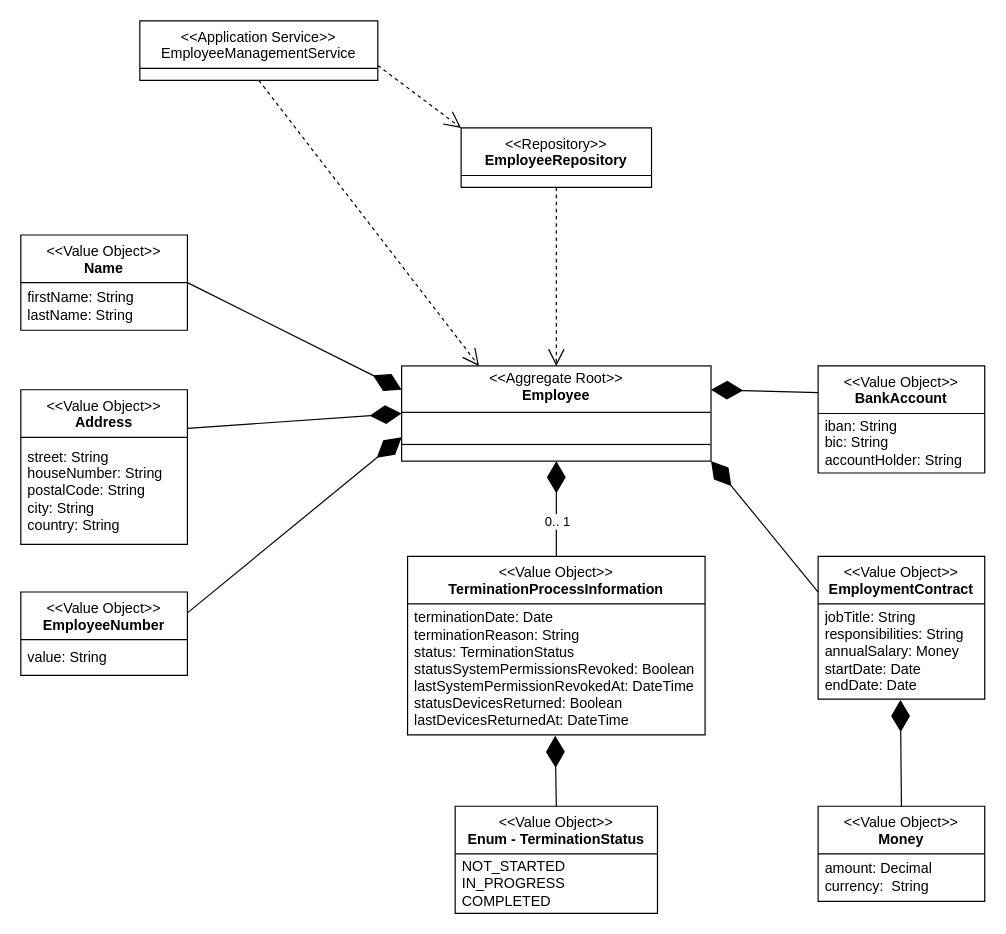
AlexanderCoopmans/FSE-Mitarbeiterverwaltung-Example keeps this draw.io diagram as uml/hr-management.drawio. Above is the earlier version. Source tidied: cells renumbered, new cells numbered last; positions are measured from the earlier drawing's top-left corner, leaving out a move shared by most shapes. Both pictures are drawn from the tidied source at 119%, with x=0, y=0 at pixel (20, 20).
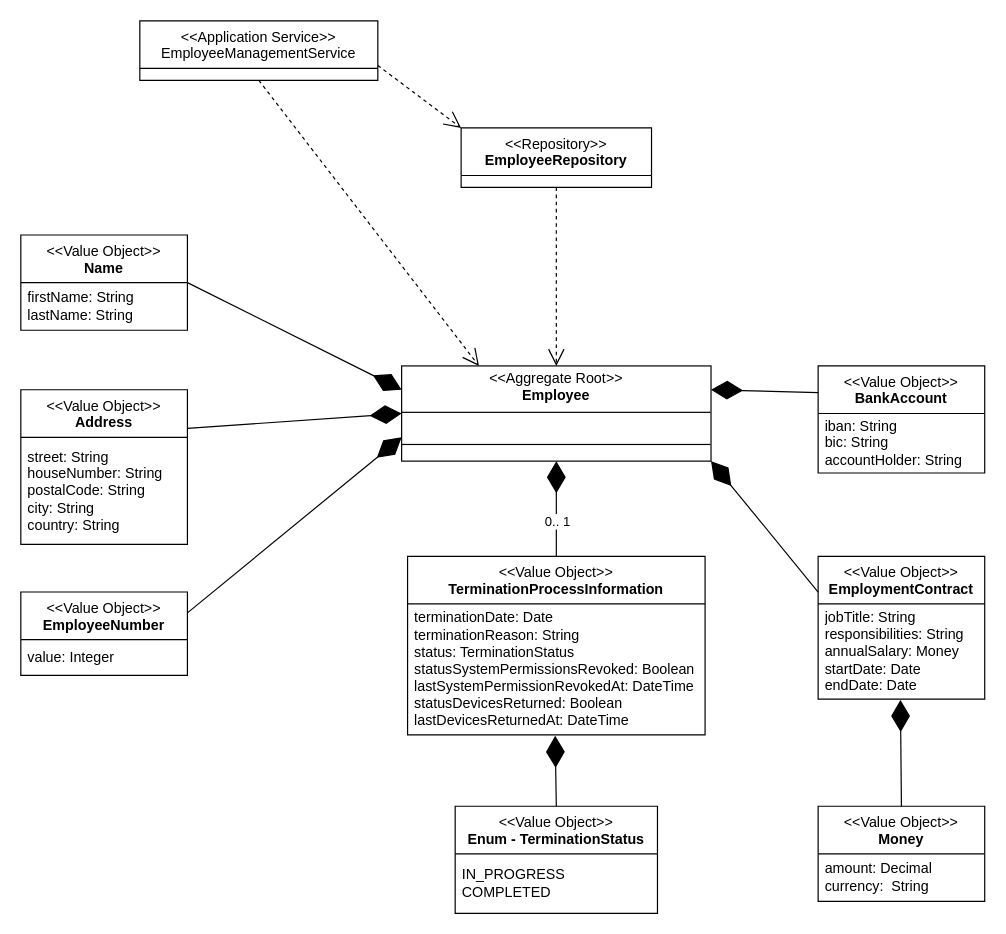
The same page after the edit.

Commit message (it also covers changes not shown here):
fix: fixed errors in UML and in domains

The change refers to these unchanged cells:
```xml
<mxCell id="3" value="&amp;lt;&amp;lt;Value Object&amp;gt;&amp;gt;&lt;br&gt;&lt;b&gt;EmployeeNumber&lt;/b&gt;" style="swimlane;fontStyle=0;align=center;verticalAlign=top;horizontal=1;startSize=40;html=1;whiteSpace=wrap;" parent="1" vertex="1">
  <mxGeometry y="480" width="140" height="70" as="geometry" />
</mxCell>
<mxCell id="17" value="&amp;lt;&amp;lt;Value Object&amp;gt;&amp;gt;&lt;br&gt;&lt;b&gt;Enum - TerminationStatus&lt;/b&gt;" style="swimlane;fontStyle=0;align=center;verticalAlign=top;horizontal=1;startSize=40;html=1;whiteSpace=wrap;" parent="1" vertex="1">
  <mxGeometry x="365" y="660" width="170" height="90" as="geometry" />
</mxCell>
```

The edit, as a diff of the source:
```diff
@@
-    <mxCell id="4" value="value: String" style="text;html=1;strokeColor=none;fillColor=none;align=left;verticalAlign=middle;spacingLeft=4;spacingRight=4;overflow=hidden;whiteSpace=wrap;" parent="3" vertex="1">
+    <mxCell id="4" value="value: Integer" style="text;html=1;strokeColor=none;fillColor=none;align=left;verticalAlign=middle;spacingLeft=4;spacingRight=4;overflow=hidden;whiteSpace=wrap;" parent="3" vertex="1">
       <mxGeometry y="40" width="140" height="30" as="geometry" />
     </mxCell>
@@
-    <mxCell id="18" value="&lt;div&gt;NOT_STARTED&lt;/div&gt;&lt;div&gt;&lt;span style=&quot;background-color: transparent; color: light-dark(rgb(0, 0, 0), rgb(255, 255, 255));&quot;&gt;IN_PROGRESS&lt;/span&gt;&lt;/div&gt;&lt;div&gt;COMPLETED&lt;/div&gt;" style="text;html=1;strokeColor=none;fillColor=none;align=left;verticalAlign=middle;spacingLeft=4;spacingRight=4;overflow=hidden;whiteSpace=wrap;" parent="17" vertex="1">
+    <mxCell id="18" value="&lt;div&gt;&lt;span style=&quot;background-color: transparent;&quot;&gt;IN_PROGRESS&lt;/span&gt;&lt;/div&gt;&lt;div&gt;COMPLETED&lt;/div&gt;" style="text;html=1;strokeColor=none;fillColor=none;align=left;verticalAlign=middle;spacingLeft=4;spacingRight=4;overflow=hidden;whiteSpace=wrap;" parent="17" vertex="1">
       <mxGeometry y="40" width="170" height="50" as="geometry" />
     </mxCell>
```
